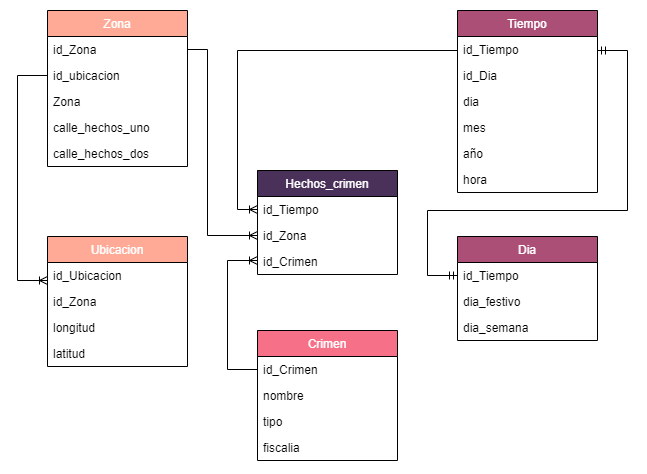
Above: Diagramas/Diseño de base de datos/DiseñoBasedeDatosTT.drawio.png in OscarMendoza-afk/TTAnalisisDeCrimen (draw.io), before the change. Source tidied: cells renumbered, new cells last; positions are measured from the earlier drawing's top-left corner, leaving out a move shared by most shapes.
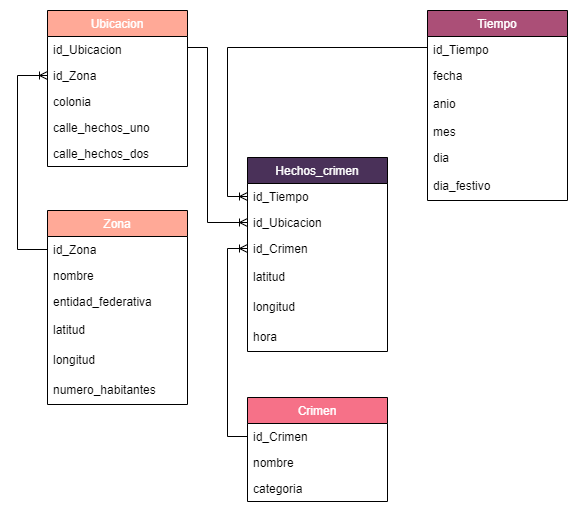
After the change.

Change to the diagram source:
```diff
@@ -3,7 +3,7 @@
     <mxCell id="0" />
     <mxCell id="1" parent="0" />
     <mxCell id="2" value="Crimen" style="swimlane;fontStyle=0;horizontal=1;startSize=26;fillColor=#F67188;fontColor=#FFFFFF;" parent="1" vertex="1">
-      <mxGeometry x="240" y="320" width="140" height="130" as="geometry" />
+      <mxGeometry x="230" y="400" width="140" height="104" as="geometry" />
     </mxCell>
     <mxCell id="3" value="id_Crimen" style="text;strokeColor=none;fillColor=none;align=left;verticalAlign=top;spacingLeft=4;spacingRight=4;overflow=hidden;points=[[0,0.5],[1,0.5]];portConstraint=eastwest;" parent="2" vertex="1">
       <mxGeometry y="26" width="140" height="26" as="geometry" />
@@ -11,114 +11,103 @@
     <mxCell id="4" value="nombre" style="text;strokeColor=none;fillColor=none;align=left;verticalAlign=top;spacingLeft=4;spacingRight=4;overflow=hidden;" parent="2" vertex="1">
       <mxGeometry y="52" width="140" height="26" as="geometry" />
     </mxCell>
-    <mxCell id="5" value="tipo" style="text;strokeColor=none;fillColor=none;align=left;verticalAlign=top;spacingLeft=4;spacingRight=4;overflow=hidden;" parent="2" vertex="1">
+    <mxCell id="5" value="categoria" style="text;strokeColor=none;fillColor=none;align=left;verticalAlign=top;spacingLeft=4;spacingRight=4;overflow=hidden;" parent="2" vertex="1">
       <mxGeometry y="78" width="140" height="26" as="geometry" />
     </mxCell>
-    <mxCell id="6" value="fiscalia" style="text;strokeColor=none;fillColor=none;align=left;verticalAlign=top;spacingLeft=4;spacingRight=4;overflow=hidden;fontColor=#000000;" parent="2" vertex="1">
-      <mxGeometry y="104" width="140" height="26" as="geometry" />
-    </mxCell>
     <mxCell id="7" value="Tiempo" style="swimlane;fontStyle=0;horizontal=1;startSize=26;fillColor=#AB4F77;fontColor=#FFFFFF;" parent="1" vertex="1">
-      <mxGeometry x="440" width="140" height="182" as="geometry" />
+      <mxGeometry x="410" y="13" width="140" height="190" as="geometry" />
     </mxCell>
     <mxCell id="8" value="id_Tiempo" style="text;strokeColor=none;fillColor=none;align=left;verticalAlign=top;spacingLeft=4;spacingRight=4;overflow=hidden;points=[[0,0.5],[1,0.5]];portConstraint=eastwest;" parent="7" vertex="1">
       <mxGeometry y="26" width="140" height="26" as="geometry" />
     </mxCell>
-    <mxCell id="9" value="id_Dia" style="text;strokeColor=none;fillColor=none;align=left;verticalAlign=top;spacingLeft=4;spacingRight=4;overflow=hidden;" parent="7" vertex="1">
+    <mxCell id="9" value="fecha" style="text;strokeColor=none;fillColor=none;align=left;verticalAlign=top;spacingLeft=4;spacingRight=4;overflow=hidden;" parent="7" vertex="1">
       <mxGeometry y="52" width="140" height="26" as="geometry" />
     </mxCell>
+    <mxCell id="38" value="anio" style="text;strokeColor=none;fillColor=none;align=left;verticalAlign=middle;spacingLeft=4;spacingRight=4;overflow=hidden;" parent="7" vertex="1">
+      <mxGeometry y="78" width="140" height="30" as="geometry" />
+    </mxCell>
+    <mxCell id="11" value="mes" style="text;strokeColor=none;fillColor=none;align=left;verticalAlign=top;spacingLeft=4;spacingRight=4;overflow=hidden;" parent="7" vertex="1">
+      <mxGeometry y="108" width="140" height="26" as="geometry" />
+    </mxCell>
     <mxCell id="10" value="dia" style="text;strokeColor=none;fillColor=none;align=left;verticalAlign=top;spacingLeft=4;spacingRight=4;overflow=hidden;" parent="7" vertex="1">
-      <mxGeometry y="78" width="140" height="26" as="geometry" />
+      <mxGeometry y="134" width="140" height="26" as="geometry" />
     </mxCell>
-    <mxCell id="11" value="mes" style="text;strokeColor=none;fillColor=none;align=left;verticalAlign=top;spacingLeft=4;spacingRight=4;overflow=hidden;" parent="7" vertex="1">
-      <mxGeometry y="104" width="140" height="26" as="geometry" />
-    </mxCell>
-    <mxCell id="12" value="año" style="text;strokeColor=none;fillColor=none;align=left;verticalAlign=top;spacingLeft=4;spacingRight=4;overflow=hidden;" parent="7" vertex="1">
-      <mxGeometry y="130" width="140" height="26" as="geometry" />
-    </mxCell>
-    <mxCell id="13" value="hora" style="text;strokeColor=none;fillColor=none;align=left;verticalAlign=top;spacingLeft=4;spacingRight=4;overflow=hidden;" parent="7" vertex="1">
-      <mxGeometry y="156" width="140" height="26" as="geometry" />
-    </mxCell>
+    <mxCell id="31" value="dia_festivo" style="text;strokeColor=none;fillColor=none;align=left;verticalAlign=middle;spacingLeft=4;spacingRight=4;overflow=hidden;" parent="7" vertex="1">
+      <mxGeometry y="160" width="140" height="30" as="geometry" />
+    </mxCell>
     <mxCell id="14" value="Hechos_crimen" style="swimlane;fontStyle=0;horizontal=1;startSize=26;fillColor=#4A3159;fontColor=#FFFFFF;" parent="1" vertex="1">
-      <mxGeometry x="240" y="160" width="140" height="104" as="geometry" />
+      <mxGeometry x="230" y="160" width="140" height="194" as="geometry" />
     </mxCell>
     <mxCell id="15" value="id_Tiempo  " style="text;strokeColor=none;fillColor=none;align=left;verticalAlign=top;spacingLeft=4;spacingRight=4;overflow=hidden;points=[[0,0.5],[1,0.5]];portConstraint=eastwest;" parent="14" vertex="1">
       <mxGeometry y="26" width="140" height="26" as="geometry" />
     </mxCell>
-    <mxCell id="16" value="id_Zona" style="text;strokeColor=none;fillColor=none;align=left;verticalAlign=top;spacingLeft=4;spacingRight=4;overflow=hidden;points=[[0,0.5],[1,0.5]];portConstraint=eastwest;" parent="14" vertex="1">
+    <mxCell id="16" value="id_Ubicacion" style="text;strokeColor=none;fillColor=none;align=left;verticalAlign=top;spacingLeft=4;spacingRight=4;overflow=hidden;points=[[0,0.5],[1,0.5]];portConstraint=eastwest;" parent="14" vertex="1">
       <mxGeometry y="52" width="140" height="26" as="geometry" />
     </mxCell>
     <mxCell id="17" value="id_Crimen" style="text;strokeColor=none;fillColor=none;align=left;verticalAlign=top;spacingLeft=4;spacingRight=4;overflow=hidden;points=[[0,0.5],[1,0.5]];portConstraint=eastwest;" parent="14" vertex="1">
       <mxGeometry y="78" width="140" height="26" as="geometry" />
     </mxCell>
+    <mxCell id="39" value="latitud" style="text;strokeColor=none;fillColor=none;align=left;verticalAlign=middle;spacingLeft=4;spacingRight=4;overflow=hidden;" parent="14" vertex="1">
+      <mxGeometry y="104" width="140" height="30" as="geometry" />
+    </mxCell>
+    <mxCell id="40" value="longitud" style="text;strokeColor=none;fillColor=none;align=left;verticalAlign=middle;spacingLeft=4;spacingRight=4;overflow=hidden;" parent="14" vertex="1">
+      <mxGeometry y="134" width="140" height="30" as="geometry" />
+    </mxCell>
+    <mxCell id="13" value="hora" style="text;strokeColor=none;fillColor=none;align=left;verticalAlign=middle;spacingLeft=4;spacingRight=4;overflow=hidden;" parent="14" vertex="1">
+      <mxGeometry y="164" width="140" height="30" as="geometry" />
+    </mxCell>
-    <mxCell id="18" value="Ubicacion" style="swimlane;fontStyle=0;horizontal=1;startSize=26;fillColor=#FFA997;fontColor=#FFFFFF;" parent="1" vertex="1">
-      <mxGeometry x="30" y="226" width="140" height="130" as="geometry" />
+    <mxCell id="18" value="Zona" style="swimlane;fontStyle=0;horizontal=1;startSize=26;fillColor=#FFA997;fontColor=#FFFFFF;" parent="1" vertex="1">
+      <mxGeometry x="30" y="213" width="140" height="194" as="geometry" />
     </mxCell>
-    <mxCell id="19" value="id_Ubicacion" style="text;strokeColor=none;fillColor=none;align=left;verticalAlign=top;spacingLeft=4;spacingRight=4;overflow=hidden;points=[[0,0.5],[1,0.5]];portConstraint=eastwest;" parent="18" vertex="1">
+    <mxCell id="19" value="id_Zona" style="text;strokeColor=none;fillColor=none;align=left;verticalAlign=top;spacingLeft=4;spacingRight=4;overflow=hidden;points=[[0,0.5],[1,0.5]];portConstraint=eastwest;" parent="18" vertex="1">
       <mxGeometry y="26" width="140" height="26" as="geometry" />
     </mxCell>
-    <mxCell id="20" value="id_Zona" style="text;strokeColor=none;fillColor=none;align=left;verticalAlign=top;spacingLeft=4;spacingRight=4;overflow=hidden;fontColor=#000000;" parent="18" vertex="1">
-      <mxGeometry y="52" width="140" height="26" as="geometry" />
-    </mxCell>
-    <mxCell id="21" value="longitud " style="text;strokeColor=none;fillColor=none;align=left;verticalAlign=top;spacingLeft=4;spacingRight=4;overflow=hidden;" parent="18" vertex="1">
-      <mxGeometry y="78" width="140" height="26" as="geometry" />
+    <mxCell id="21" value="nombre" style="text;strokeColor=none;fillColor=none;align=left;verticalAlign=top;spacingLeft=4;spacingRight=4;overflow=hidden;" parent="18" vertex="1">
+      <mxGeometry y="52" width="140" height="26" as="geometry" />
     </mxCell>
-    <mxCell id="22" value="latitud" style="text;strokeColor=none;fillColor=none;align=left;verticalAlign=top;spacingLeft=4;spacingRight=4;overflow=hidden;" parent="18" vertex="1">
-      <mxGeometry y="104" width="140" height="26" as="geometry" />
+    <mxCell id="22" value="entidad_federativa" style="text;strokeColor=none;fillColor=none;align=left;verticalAlign=top;spacingLeft=4;spacingRight=4;overflow=hidden;" parent="18" vertex="1">
+      <mxGeometry y="78" width="140" height="26" as="geometry" />
     </mxCell>
+    <mxCell id="41" value="latitud" style="text;strokeColor=none;fillColor=none;align=left;verticalAlign=middle;spacingLeft=4;spacingRight=4;overflow=hidden;" parent="18" vertex="1">
+      <mxGeometry y="104" width="140" height="30" as="geometry" />
+    </mxCell>
+    <mxCell id="42" value="longitud" style="text;strokeColor=none;fillColor=none;align=left;verticalAlign=middle;spacingLeft=4;spacingRight=4;overflow=hidden;" parent="18" vertex="1">
+      <mxGeometry y="134" width="140" height="30" as="geometry" />
+    </mxCell>
+    <mxCell id="43" value="numero_habitantes" style="text;strokeColor=none;fillColor=none;align=left;verticalAlign=middle;spacingLeft=4;spacingRight=4;overflow=hidden;" parent="18" vertex="1">
+      <mxGeometry y="164" width="140" height="30" as="geometry" />
+    </mxCell>
-    <mxCell id="23" value="Zona" style="swimlane;fontStyle=0;horizontal=1;startSize=26;fillColor=#FFA997;fontColor=#FFFFFF;" parent="1" vertex="1">
-      <mxGeometry x="30" width="140" height="156" as="geometry" />
+    <mxCell id="23" value="Ubicacion" style="swimlane;fontStyle=0;horizontal=1;startSize=26;fillColor=#FFA997;fontColor=#FFFFFF;" parent="1" vertex="1">
+      <mxGeometry x="30" y="13" width="140" height="156" as="geometry" />
     </mxCell>
-    <mxCell id="24" value="id_Zona" style="text;strokeColor=none;fillColor=none;align=left;verticalAlign=top;spacingLeft=4;spacingRight=4;overflow=hidden;points=[[0,0.5],[1,0.5]];portConstraint=eastwest;" parent="23" vertex="1">
+    <mxCell id="24" value="id_Ubicacion" style="text;strokeColor=none;fillColor=none;align=left;verticalAlign=top;spacingLeft=4;spacingRight=4;overflow=hidden;points=[[0,0.5],[1,0.5]];portConstraint=eastwest;" parent="23" vertex="1">
       <mxGeometry y="26" width="140" height="26" as="geometry" />
     </mxCell>
-    <mxCell id="25" value="id_ubicacion" style="text;strokeColor=none;fillColor=none;align=left;verticalAlign=top;spacingLeft=4;spacingRight=4;overflow=hidden;points=[[0,0.5],[1,0.5]];portConstraint=eastwest;" parent="23" vertex="1">
+    <mxCell id="25" value="id_Zona" style="text;strokeColor=none;fillColor=none;align=left;verticalAlign=top;spacingLeft=4;spacingRight=4;overflow=hidden;points=[[0,0.5],[1,0.5]];portConstraint=eastwest;" parent="23" vertex="1">
       <mxGeometry y="52" width="140" height="26" as="geometry" />
     </mxCell>
-    <mxCell id="26" value="Zona" style="text;strokeColor=none;fillColor=none;align=left;verticalAlign=top;spacingLeft=4;spacingRight=4;overflow=hidden;fontColor=#000000;" parent="23" vertex="1">
-      <mxGeometry y="78" width="140" height="26" as="geometry" />
-    </mxCell>
+    <mxCell id="28" value="colonia" style="text;strokeColor=none;fillColor=none;align=left;verticalAlign=top;spacingLeft=4;spacingRight=4;overflow=hidden;" parent="23" vertex="1">
+      <mxGeometry y="78" width="140" height="26" as="geometry" />
+    </mxCell>
     <mxCell id="27" value="calle_hechos_uno" style="text;strokeColor=none;fillColor=none;align=left;verticalAlign=top;spacingLeft=4;spacingRight=4;overflow=hidden;" parent="23" vertex="1">
       <mxGeometry y="104" width="140" height="26" as="geometry" />
     </mxCell>
-    <mxCell id="28" value="calle_hechos_dos" style="text;strokeColor=none;fillColor=none;align=left;verticalAlign=top;spacingLeft=4;spacingRight=4;overflow=hidden;" parent="23" vertex="1">
-      <mxGeometry y="130" width="140" height="26" as="geometry" />
-    </mxCell>
-    <mxCell id="29" value="Dia" style="swimlane;fontStyle=0;horizontal=1;startSize=26;fillColor=#AB4F77;fontColor=#FFFFFF;" parent="1" vertex="1">
-      <mxGeometry x="440" y="226" width="140" height="104" as="geometry" />
-    </mxCell>
-    <mxCell id="30" value="id_Tiempo" style="text;strokeColor=none;fillColor=none;align=left;verticalAlign=top;spacingLeft=4;spacingRight=4;overflow=hidden;points=[[0,0.5],[1,0.5]];portConstraint=eastwest;" parent="29" vertex="1">
-      <mxGeometry y="26" width="140" height="26" as="geometry" />
-    </mxCell>
-    <mxCell id="31" value="dia_festivo" style="text;strokeColor=none;fillColor=none;align=left;verticalAlign=top;spacingLeft=4;spacingRight=4;overflow=hidden;" parent="29" vertex="1">
-      <mxGeometry y="52" width="140" height="26" as="geometry" />
-    </mxCell>
-    <mxCell id="32" value="dia_semana" style="text;strokeColor=none;fillColor=none;align=left;verticalAlign=top;spacingLeft=4;spacingRight=4;overflow=hidden;" parent="29" vertex="1">
-      <mxGeometry y="78" width="140" height="26" as="geometry" />
-    </mxCell>
+    <mxCell id="44" value="calle_hechos_dos" style="text;strokeColor=none;fillColor=none;align=left;verticalAlign=top;spacingLeft=4;spacingRight=4;overflow=hidden;" parent="23" vertex="1">
+      <mxGeometry y="130" width="140" height="26" as="geometry" />
+    </mxCell>
-    <mxCell id="33" style="edgeStyle=orthogonalEdgeStyle;fontSize=12;html=1;endArrow=ERoneToMany;rounded=0;labelBackgroundColor=none;fontColor=#000000;exitX=0;exitY=0.5;exitDx=0;exitDy=0;entryX=0;entryY=0.692;entryDx=0;entryDy=0;entryPerimeter=0;" parent="1" edge="1" source="25" target="19">
+    <mxCell id="33" style="edgeStyle=orthogonalEdgeStyle;fontSize=12;html=1;endArrow=ERoneToMany;rounded=0;labelBackgroundColor=none;fontColor=#000000;exitX=0;exitY=0.5;exitDx=0;exitDy=0;entryX=0;entryY=0.5;entryDx=0;entryDy=0;" parent="1" edge="1" source="19" target="25">
       <mxGeometry relative="1" as="geometry">
         <Array as="points">
-          <mxPoint y="65" />
-          <mxPoint y="270" />
+          <mxPoint y="252" />
+          <mxPoint y="78" />
         </Array>
       </mxGeometry>
     </mxCell>
-    <mxCell id="34" style="edgeStyle=orthogonalEdgeStyle;fontSize=12;html=1;endArrow=ERmandOne;startArrow=ERmandOne;rounded=0;labelBackgroundColor=none;fontColor=#000000;exitX=0;exitY=0.5;exitDx=0;exitDy=0;" parent="1" edge="1" source="30">
-      <mxGeometry relative="1" as="geometry">
-        <mxPoint x="580" y="40" as="targetPoint" />
-        <Array as="points">
-          <mxPoint x="410" y="265" />
-          <mxPoint x="410" y="200" />
-          <mxPoint x="610" y="200" />
-          <mxPoint x="610" y="40" />
-          <mxPoint x="580" y="40" />
-        </Array>
-      </mxGeometry>
-    </mxCell>
     <mxCell id="35" style="edgeStyle=orthogonalEdgeStyle;fontSize=12;html=1;endArrow=ERoneToMany;rounded=0;labelBackgroundColor=none;fontColor=#000000;exitX=1;exitY=0.5;exitDx=0;exitDy=0;entryX=0;entryY=0.5;entryDx=0;entryDy=0;" parent="1" edge="1" source="24" target="16">
       <mxGeometry relative="1" as="geometry">
         <Array as="points">
-          <mxPoint x="190" y="39" />
+          <mxPoint x="170" y="50" />
+          <mxPoint x="190" y="50" />
           <mxPoint x="190" y="225" />
         </Array>
       </mxGeometry>
@@ -126,17 +115,17 @@
     <mxCell id="36" style="edgeStyle=orthogonalEdgeStyle;fontSize=12;html=1;endArrow=ERoneToMany;rounded=0;labelBackgroundColor=none;fontColor=#000000;entryX=0;entryY=0.5;entryDx=0;entryDy=0;exitX=0;exitY=0.5;exitDx=0;exitDy=0;" parent="1" edge="1" source="3" target="17">
       <mxGeometry relative="1" as="geometry">
         <Array as="points">
-          <mxPoint x="210" y="359" />
-          <mxPoint x="210" y="250" />
+          <mxPoint x="210" y="439" />
+          <mxPoint x="210" y="251" />
         </Array>
       </mxGeometry>
     </mxCell>
     <mxCell id="37" style="edgeStyle=orthogonalEdgeStyle;fontSize=12;html=1;endArrow=ERoneToMany;rounded=0;labelBackgroundColor=none;fontColor=#000000;entryX=0;entryY=0.5;entryDx=0;entryDy=0;exitX=0;exitY=0.5;exitDx=0;exitDy=0;" parent="1" edge="1" source="8" target="15">
       <mxGeometry relative="1" as="geometry">
         <Array as="points">
-          <mxPoint x="440" y="40" />
-          <mxPoint x="220" y="40" />
-          <mxPoint x="220" y="199" />
+          <mxPoint x="410" y="50" />
+          <mxPoint x="210" y="50" />
+          <mxPoint x="210" y="199" />
         </Array>
       </mxGeometry>
     </mxCell>
```
